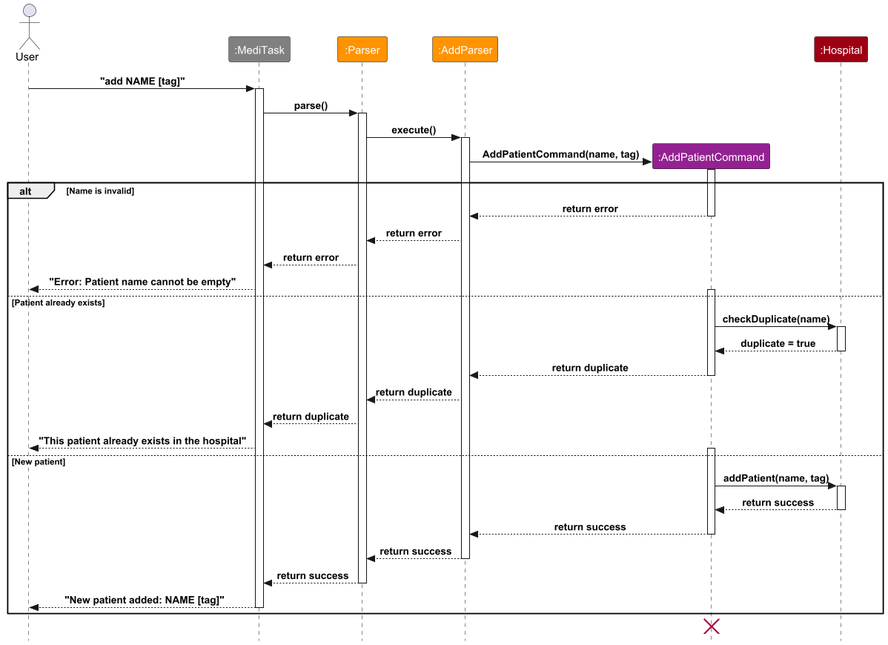
The PlantUML diagram docs/images/AddPatientSequenceDiagram.png in nus-cs2113-AY2425S1/tp, before a commit.
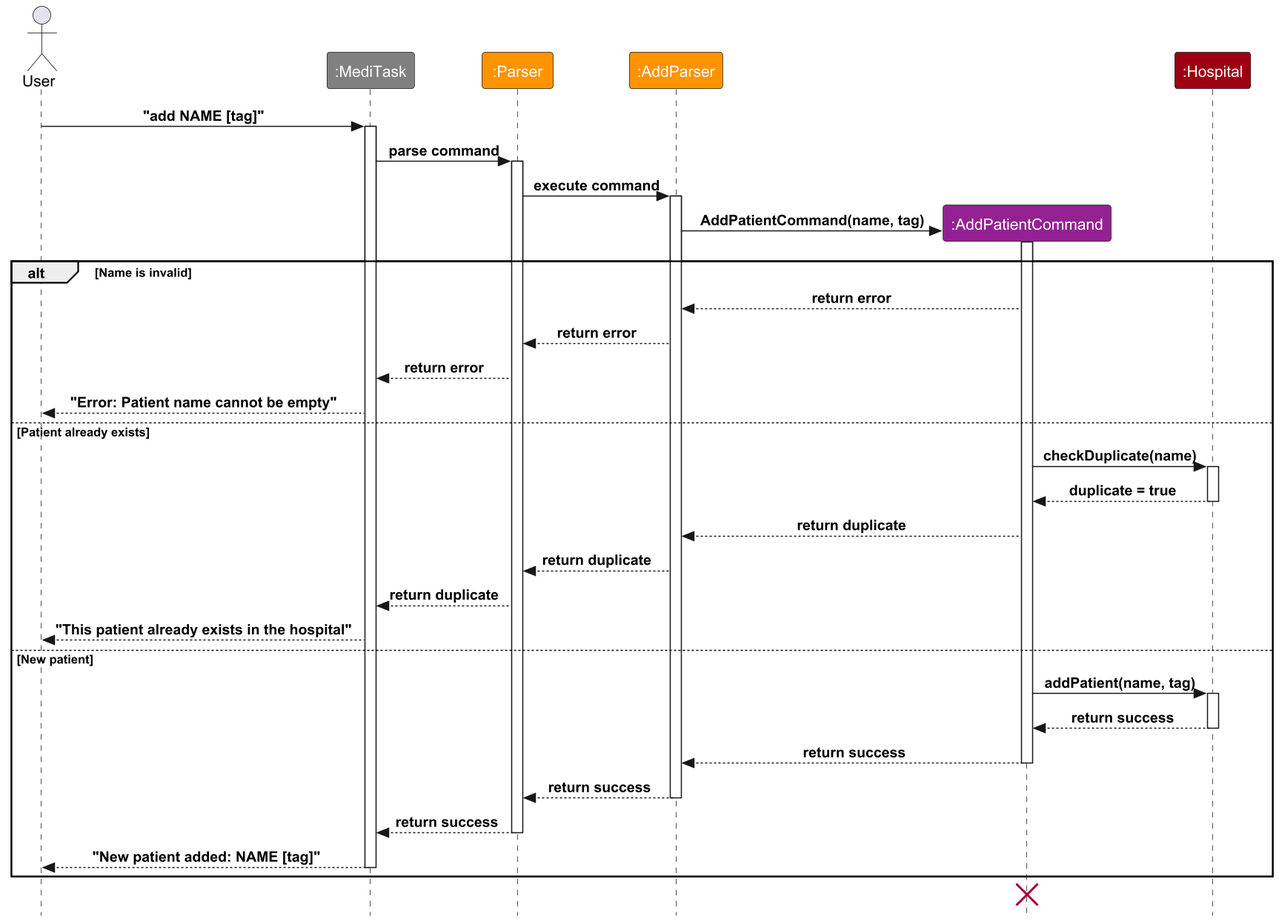
The same file after the commit.

What changed in the source:
```diff
@@ -14,34 +14,33 @@
 
 User -> MediTask : "add NAME [tag]"
 activate MediTask
-MediTask -> Parser : parse()
+MediTask -> Parser : parse command
 activate Parser
-Parser -> AddParser : execute()
+Parser -> AddParser : execute command
 
 activate AddParser
 create AddPatientCommand
 AddParser -> AddPatientCommand : AddPatientCommand(name, tag)
+activate AddPatientCommand
 
 alt Name is invalid
-    activate AddPatientCommand
+
     AddPatientCommand --> AddParser : return error
-    deactivate AddPatientCommand
     AddParser --> Parser : return error
     Parser --> MediTask : return error
     MediTask --> User : "Error: Patient name cannot be empty"
 else Patient already exists
-    activate AddPatientCommand
+
     AddPatientCommand -> hospital : checkDuplicate(name)
     activate hospital
     hospital --> AddPatientCommand : duplicate = true
     deactivate hospital
     AddPatientCommand --> AddParser : return duplicate
-    deactivate AddPatientCommand
     AddParser --> Parser : return duplicate
     Parser --> MediTask : return duplicate
     MediTask --> User : "This patient already exists in the hospital"
 else New patient
-    activate AddPatientCommand
+
     AddPatientCommand -> hospital : addPatient(name, tag)
     activate hospital
     hospital --> AddPatientCommand : return success
```
